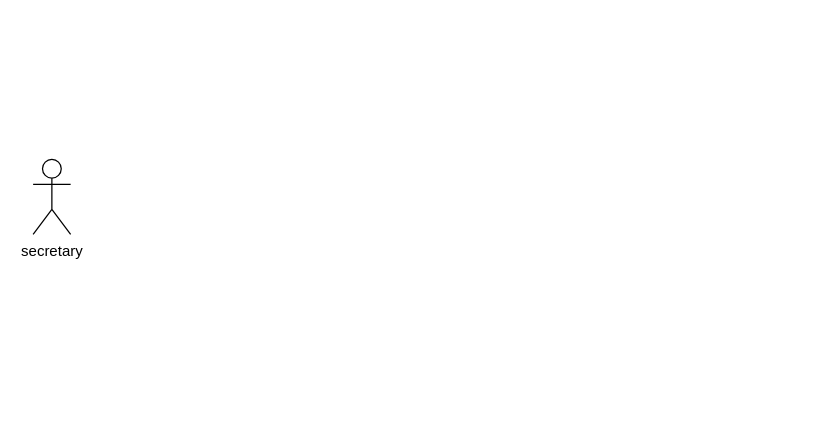
Earlier version of the draw.io diagram schoolapp-use-case-spring-1.drawio (sidofdountio/schoolappui). Source tidied: cells renumbered, new cells numbered last; positions are measured from the earlier drawing's top-left corner, leaving out a move shared by most shapes. Both pictures are drawn from the tidied source at 125%, with x=0, y=0 at pixel (32, 159).
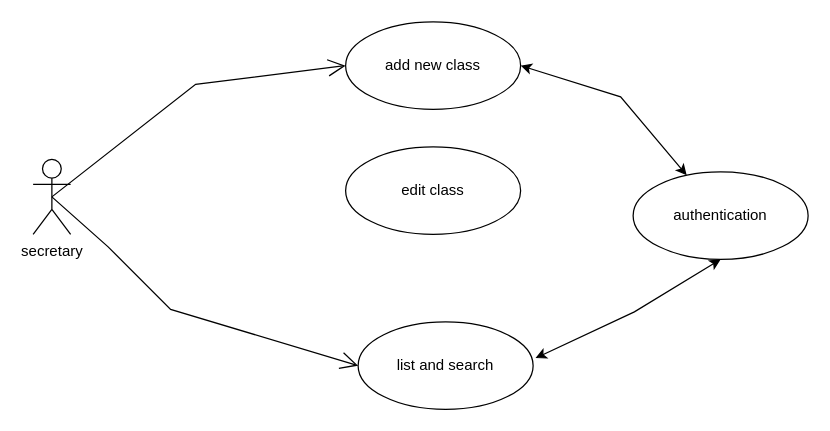
The same diagram, later.

The edit, as a diff of the source:
```diff
@@
 <mxGraphModel>
   <root>
     <mxCell id="0" />
     <mxCell id="1" parent="0" />
     <mxCell id="2" value="secretary" style="shape=umlActor;verticalLabelPosition=bottom;verticalAlign=top;html=1;" parent="1" vertex="1">
       <mxGeometry width="30" height="60" as="geometry" />
     </mxCell>
+    <mxCell id="3" value="add new class" style="ellipse;whiteSpace=wrap;html=1;" parent="1" vertex="1">
+      <mxGeometry x="250" y="-110" width="140" height="70" as="geometry" />
+    </mxCell>
+    <mxCell id="4" value="edit class" style="ellipse;whiteSpace=wrap;html=1;" parent="1" vertex="1">
+      <mxGeometry x="250" y="-10" width="140" height="70" as="geometry" />
+    </mxCell>
+    <mxCell id="5" value="list and search" style="ellipse;whiteSpace=wrap;html=1;" parent="1" vertex="1">
+      <mxGeometry x="260" y="130" width="140" height="70" as="geometry" />
+    </mxCell>
+    <mxCell id="6" style="endArrow=open;endFill=1;endSize=12;html=1;rounded=0;entryX=0;entryY=0.5;entryDx=0;entryDy=0;exitX=0.5;exitY=0.5;exitDx=0;exitDy=0;exitPerimeter=0;" parent="1" edge="1" source="2" target="3">
+      <mxGeometry relative="1" as="geometry">
+        <Array as="points">
+          <mxPoint x="130" y="-60" />
+        </Array>
+      </mxGeometry>
+    </mxCell>
+    <mxCell id="7" style="endArrow=open;endFill=1;endSize=12;html=1;rounded=0;entryX=0;entryY=0.5;entryDx=0;entryDy=0;exitX=0.5;exitY=0.5;exitDx=0;exitDy=0;exitPerimeter=0;" parent="1" edge="1" source="2" target="5">
+      <mxGeometry relative="1" as="geometry">
+        <Array as="points">
+          <mxPoint x="60" y="70" />
+          <mxPoint x="110" y="120" />
+        </Array>
+      </mxGeometry>
+    </mxCell>
+    <mxCell id="8" value="authentication" style="ellipse;whiteSpace=wrap;html=1;" parent="1" vertex="1">
+      <mxGeometry x="480" y="10" width="140" height="70" as="geometry" />
+    </mxCell>
+    <mxCell id="9" style="endArrow=classic;startArrow=classic;html=1;rounded=0;entryX=1;entryY=0.5;entryDx=0;entryDy=0;" parent="1" edge="1" source="8" target="3">
+      <mxGeometry relative="1" as="geometry">
+        <Array as="points">
+          <mxPoint x="470" y="-50" />
+        </Array>
+      </mxGeometry>
+    </mxCell>
+    <mxCell id="10" style="endArrow=classic;startArrow=classic;html=1;rounded=0;entryX=1.014;entryY=0.414;entryDx=0;entryDy=0;exitX=0.714;exitY=1;exitDx=0;exitDy=0;exitPerimeter=0;entryPerimeter=0;" parent="1" edge="1" target="5">
+      <mxGeometry relative="1" as="geometry">
+        <mxPoint x="550" y="80" as="sourcePoint" />
+        <Array as="points">
+          <mxPoint x="481" y="122" />
+        </Array>
+      </mxGeometry>
+    </mxCell>
   </root>
 </mxGraphModel>
```
